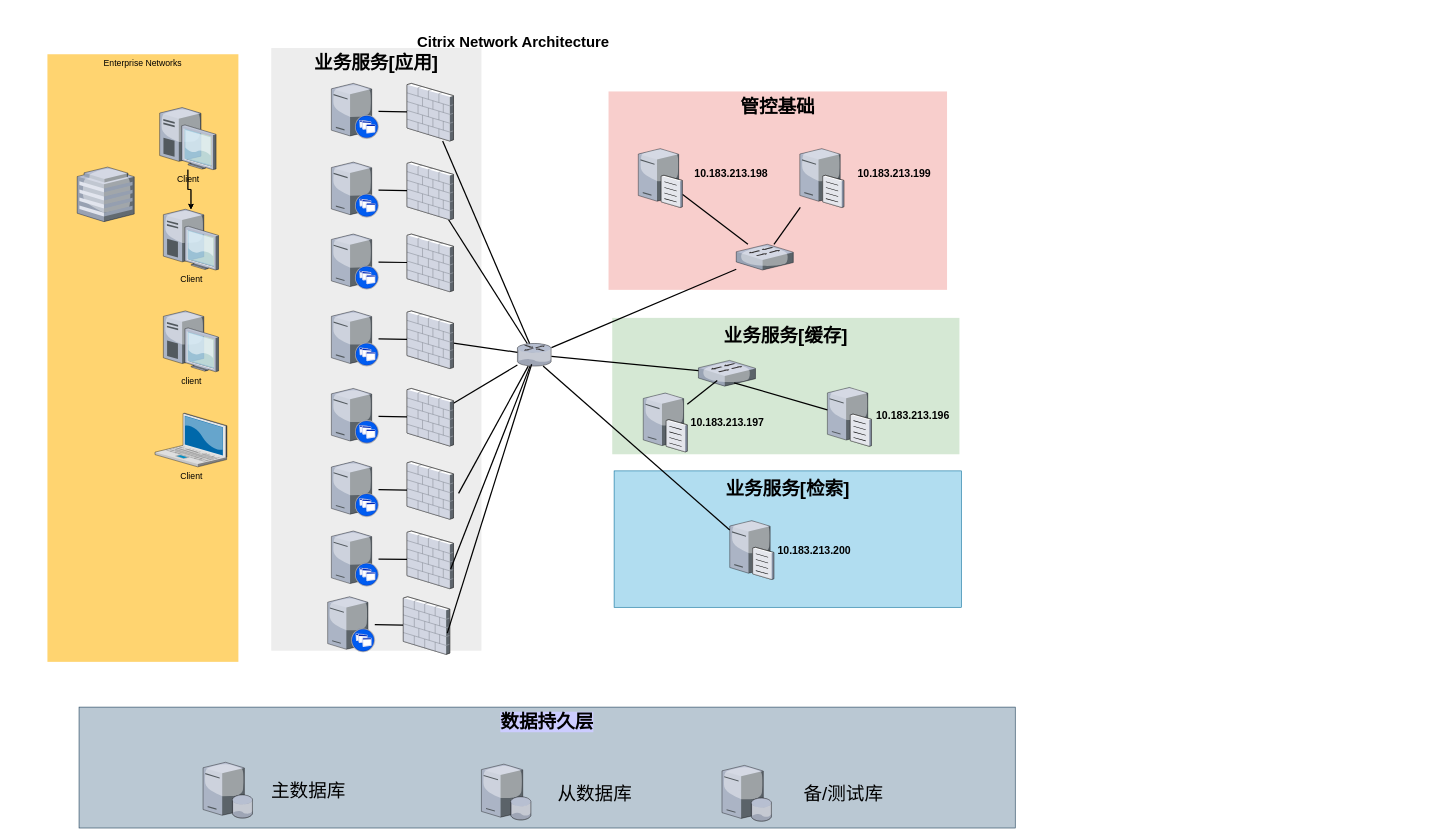
Earlier version of the draw.io diagram 未命名绘图.drawio (MaskJS/draw.io). Source tidied: cells renumbered, new cells numbered last; positions are measured from the earlier drawing's top-left corner, leaving out a move shared by most shapes. Both pictures are drawn from the tidied source at 62%, with x=0, y=0 at pixel (47, 29).
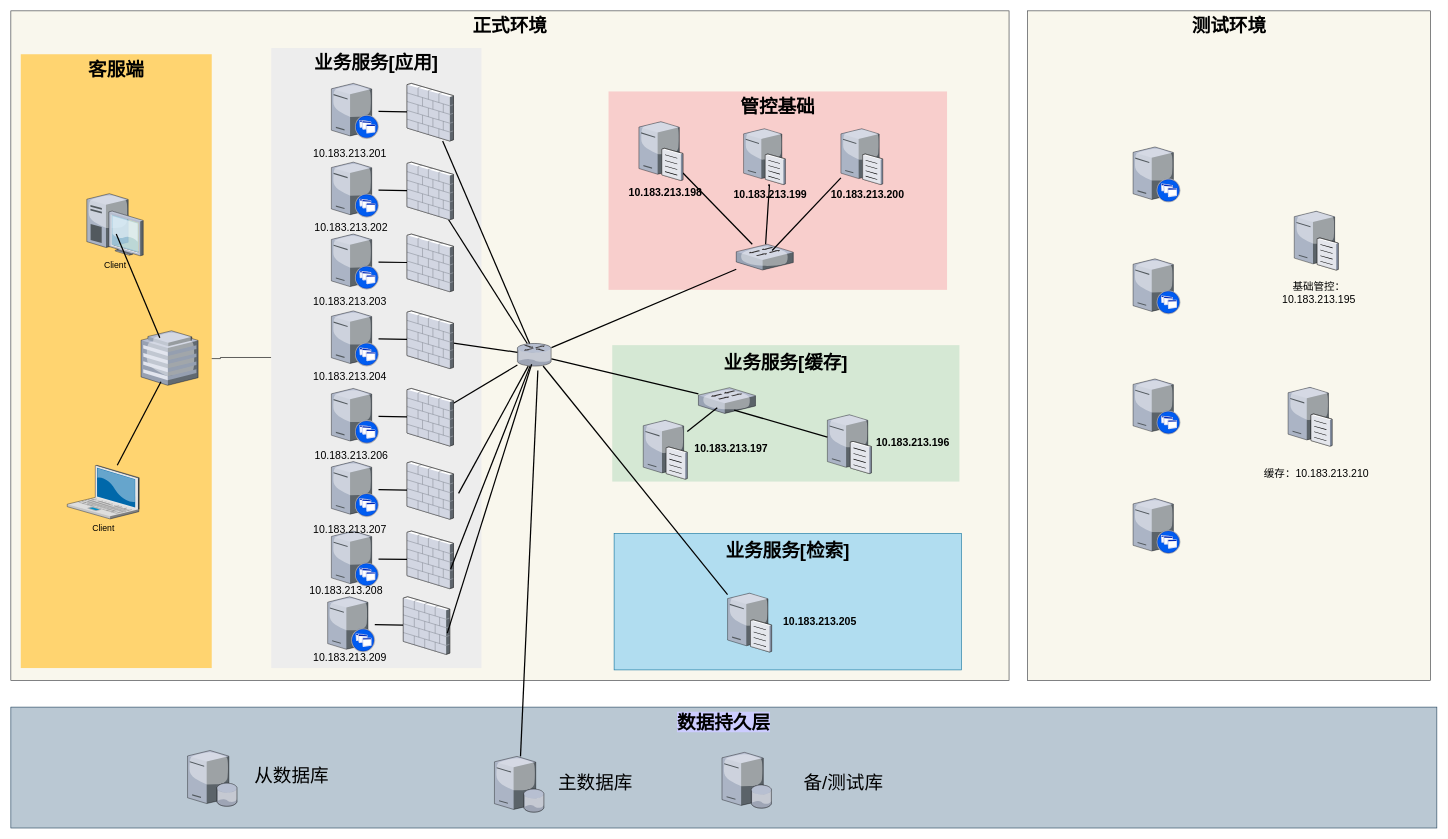
Above is the later version.

Unchanged cells that the change refers to:
```xml
<mxCell id="38" style="verticalLabelPosition=bottom;html=1;verticalAlign=top;strokeColor=none;shape=mxgraph.citrix.switch;fillColor=#66B2FF;gradientColor=#0066CC;fontSize=14;" parent="1" vertex="1">
  <mxGeometry x="1111" y="346.5" width="92" height="41.5" as="geometry" />
</mxCell>
```

Change to the diagram source:
```diff
@@
+    <mxCell id="74" value="&lt;div style=&quot;text-align: left;&quot;&gt;&lt;font face=&quot;宋体&quot;&gt;&lt;span style=&quot;font-size: 30px;&quot;&gt;&lt;b&gt;正式环境&lt;/b&gt;&lt;/span&gt;&lt;/font&gt;&lt;/div&gt;" style="whiteSpace=wrap;html=1;fontSize=14;verticalAlign=top;fillColor=#f9f7ed;strokeColor=#36393d;" parent="1" vertex="1">
+      <mxGeometry x="-59" y="-30" width="1610" height="1080" as="geometry" />
+    </mxCell>
@@
     <mxCell id="3" value="&lt;p style=&quot;text-indent: 0pt; text-align: left; vertical-align: middle; line-height: 12pt;&quot; class=&quot;MsoNormal&quot;&gt;&lt;b style=&quot;font-size: 30px;&quot;&gt;&lt;font style=&quot;font-size: 30px;&quot;&gt;&lt;span style=&quot;font-family: 宋体;&quot;&gt;业务服务[&lt;/span&gt;&lt;/font&gt;&lt;/b&gt;&lt;b style=&quot;font-family: 宋体; background-color: initial; text-align: center;&quot;&gt;&lt;span style=&quot;font-size: 30px;&quot;&gt;缓存]&lt;/span&gt;&lt;/b&gt;&lt;/p&gt;" style="whiteSpace=wrap;html=1;fillColor=#d5e8d4;fontSize=14;strokeColor=none;verticalAlign=top;" parent="1" vertex="1">
-      <mxGeometry x="911" y="465.2" width="560" height="220" as="geometry" />
+      <mxGeometry x="911" y="509.2" width="560" height="220" as="geometry" />
     </mxCell>
+    <mxCell id="75" style="edgeStyle=orthogonalEdgeStyle;rounded=0;orthogonalLoop=1;jettySize=auto;html=1;fontSize=17;entryX=0.932;entryY=0.681;entryDx=0;entryDy=0;entryPerimeter=0;" parent="1" edge="1">
+      <mxGeometry relative="1" as="geometry">
+        <mxPoint x="361" y="529.1" as="sourcePoint" />
+        <mxPoint x="196.7" y="530.9" as="targetPoint" />
+        <Array as="points">
+          <mxPoint x="279" y="529" />
+          <mxPoint x="279" y="531" />
+        </Array>
+      </mxGeometry>
+    </mxCell>
     <mxCell id="4" value="&lt;b style=&quot;border-color: var(--border-color); text-align: left; font-size: 30px;&quot;&gt;&lt;font style=&quot;border-color: var(--border-color);&quot;&gt;&lt;span style=&quot;border-color: var(--border-color); font-family: 宋体;&quot;&gt;业务服务[应用&lt;/span&gt;&lt;/font&gt;&lt;/b&gt;&lt;b style=&quot;border-color: var(--border-color); background-color: initial; font-family: 宋体;&quot;&gt;&lt;span style=&quot;border-color: var(--border-color); font-size: 30px;&quot;&gt;]&lt;/span&gt;&lt;/b&gt;" style="whiteSpace=wrap;html=1;fillColor=#EDEDED;fontSize=14;strokeColor=none;verticalAlign=top;" parent="1" vertex="1">
-      <mxGeometry x="361" y="30" width="339" height="972" as="geometry" />
+      <mxGeometry x="361" y="30" width="339" height="1000" as="geometry" />
     </mxCell>
-    <mxCell id="5" value="Enterprise Networks" style="whiteSpace=wrap;html=1;fillColor=#FFD470;gradientColor=none;fontSize=14;strokeColor=none;verticalAlign=top;" parent="1" vertex="1">
-      <mxGeometry y="40" width="308" height="980" as="geometry" />
+    <mxCell id="5" value="&lt;div style=&quot;text-align: left;&quot;&gt;&lt;font face=&quot;宋体&quot;&gt;&lt;span style=&quot;font-size: 30px;&quot;&gt;&lt;b&gt;客服端&lt;/b&gt;&lt;/span&gt;&lt;/font&gt;&lt;/div&gt;" style="whiteSpace=wrap;html=1;fillColor=#FFD470;gradientColor=none;fontSize=14;strokeColor=none;verticalAlign=top;" parent="1" vertex="1">
+      <mxGeometry x="-43" y="40" width="308" height="990" as="geometry" />
     </mxCell>
     <mxCell id="6" value="Client" style="verticalLabelPosition=bottom;html=1;verticalAlign=top;strokeColor=none;shape=mxgraph.citrix.laptop_2;fillColor=#66B2FF;gradientColor=#0066CC;fontSize=14;" parent="1" vertex="1">
-      <mxGeometry x="173.5" y="619" width="116" height="86.5" as="geometry" />
+      <mxGeometry x="32" y="703" width="116" height="86.5" as="geometry" />
     </mxCell>
-    <mxCell id="7" value="client" style="verticalLabelPosition=bottom;html=1;verticalAlign=top;strokeColor=none;shape=mxgraph.citrix.desktop;fillColor=#66B2FF;gradientColor=#0066CC;fontSize=14;" parent="1" vertex="1">
-      <mxGeometry x="187" y="454" width="89" height="98" as="geometry" />
-    </mxCell>
-    <mxCell id="8" value="Client" style="verticalLabelPosition=bottom;html=1;verticalAlign=top;strokeColor=none;shape=mxgraph.citrix.desktop;fillColor=#66B2FF;gradientColor=#0066CC;fontSize=14;" parent="1" vertex="1">
-      <mxGeometry x="187" y="290" width="89" height="98" as="geometry" />
-    </mxCell>
-    <mxCell id="9" style="edgeStyle=orthogonalEdgeStyle;rounded=0;jettySize=auto;html=1;" parent="1" edge="1" source="12" target="8">
-      <mxGeometry relative="1" as="geometry" />
-    </mxCell>
-    <mxCell id="10" style="edgeStyle=orthogonalEdgeStyle;rounded=0;jettySize=auto;html=1;" parent="1" edge="1" source="12" target="8">
-      <mxGeometry relative="1" as="geometry" />
-    </mxCell>
-    <mxCell id="11" style="edgeStyle=orthogonalEdgeStyle;rounded=0;jettySize=auto;html=1;" parent="1" edge="1" source="12" target="8">
-      <mxGeometry relative="1" as="geometry" />
-    </mxCell>
     <mxCell id="12" value="Client" style="verticalLabelPosition=bottom;html=1;verticalAlign=top;strokeColor=none;shape=mxgraph.citrix.desktop;fillColor=#66B2FF;gradientColor=#0066CC;fontSize=14;" parent="1" vertex="1">
-      <mxGeometry x="181" y="126" width="91" height="100.2" as="geometry" />
+      <mxGeometry x="63.5" y="264.9" width="91" height="100.2" as="geometry" />
     </mxCell>
@@
     <mxCell id="35" style="verticalLabelPosition=bottom;html=1;verticalAlign=top;strokeColor=none;shape=mxgraph.citrix.hq_enterprise;fillColor=#66B2FF;gradientColor=#0066CC;fontSize=14;" parent="1" vertex="1">
-      <mxGeometry x="48" y="222" width="92" height="88" as="geometry" />
+      <mxGeometry x="151" y="486" width="92" height="88" as="geometry" />
     </mxCell>
@@
-    <mxCell id="37" style="edgeStyle=none;rounded=0;html=1;startSize=10;endSize=10;jettySize=auto;fontSize=14;endArrow=none;endFill=0;strokeWidth=2;" parent="1" edge="1" source="38" target="41">
+    <mxCell id="37" style="edgeStyle=none;rounded=0;html=1;startSize=10;endSize=10;jettySize=auto;fontSize=14;endArrow=none;endFill=0;strokeWidth=2;startArrow=none;" parent="1" edge="1" source="43" target="41">
       <mxGeometry relative="1" as="geometry" />
     </mxCell>
@@
-    <mxCell id="39" value="Citrix Network Architecture" style="text;strokeColor=none;fillColor=none;html=1;fontSize=24;fontStyle=1;verticalAlign=middle;align=center;" parent="1" vertex="1">
-      <mxGeometry x="320" width="861" height="40" as="geometry" />
-    </mxCell>
     <mxCell id="40" style="verticalLabelPosition=bottom;sketch=0;html=1;verticalAlign=top;align=center;outlineConnect=0;shape=mxgraph.citrix.file_server;labelBackgroundColor=none;" parent="1" vertex="1">
-      <mxGeometry x="953" y="190" width="71" height="97" as="geometry" />
+      <mxGeometry x="954" y="146.5" width="71" height="97" as="geometry" />
     </mxCell>
     <mxCell id="41" style="verticalLabelPosition=bottom;sketch=0;html=1;verticalAlign=top;strokeColor=none;align=center;outlineConnect=0;shape=mxgraph.citrix.file_server;" parent="1" vertex="1">
-      <mxGeometry x="1213.5" y="190" width="71" height="97" as="geometry" />
+      <mxGeometry x="1122.8" y="158" width="67.3" height="92" as="geometry" />
     </mxCell>
     <mxCell id="42" value="10.183.213.198" style="text;strokeColor=none;align=center;fillColor=none;html=1;verticalAlign=middle;whiteSpace=wrap;rounded=0;labelBackgroundColor=none;fontSize=17;fontStyle=1;" parent="1" vertex="1">
-      <mxGeometry x="1038" y="219" width="130" height="30" as="geometry" />
+      <mxGeometry x="931.5" y="248.5" width="130" height="30" as="geometry" />
     </mxCell>
-    <mxCell id="43" value="10.183.213.199" style="text;strokeColor=none;align=center;fillColor=none;html=1;verticalAlign=middle;whiteSpace=wrap;rounded=0;labelBackgroundColor=none;fontSize=17;fontStyle=1;" parent="1" vertex="1">
-      <mxGeometry x="1301" y="219" width="130" height="30" as="geometry" />
-    </mxCell>
     <mxCell id="44" value="&lt;b&gt;&lt;font style=&quot;font-size: 30px; background-color: rgb(204, 204, 255);&quot;&gt;数据持久层&lt;/font&gt;&lt;/b&gt;" style="whiteSpace=wrap;html=1;fontSize=14;verticalAlign=top;fillColor=#bac8d3;strokeColor=#23445d;" parent="1" vertex="1">
-      <mxGeometry x="51" y="1093" width="1510" height="195" as="geometry" />
+      <mxGeometry x="-59" y="1093" width="2300" height="195" as="geometry" />
     </mxCell>
     <mxCell id="45" style="verticalLabelPosition=bottom;sketch=0;html=1;verticalAlign=top;strokeColor=none;align=center;outlineConnect=0;shape=mxgraph.citrix.database_server;labelBackgroundColor=none;fontSize=30;" parent="1" vertex="1">
-      <mxGeometry x="251" y="1182" width="80" height="90" as="geometry" />
+      <mxGeometry x="721" y="1172.5" width="80" height="90" as="geometry" />
     </mxCell>
     <mxCell id="46" style="verticalLabelPosition=bottom;sketch=0;html=1;verticalAlign=top;strokeColor=none;align=center;shape=mxgraph.citrix.database_server;labelBackgroundColor=none;fontSize=30;" parent="1" vertex="1">
-      <mxGeometry x="1088" y="1187" width="80" height="90" as="geometry" />
+      <mxGeometry x="1088" y="1166" width="80" height="90" as="geometry" />
     </mxCell>
     <mxCell id="47" style="verticalLabelPosition=bottom;sketch=0;html=1;verticalAlign=top;strokeColor=none;align=center;shape=mxgraph.citrix.database_server;labelBackgroundColor=none;fontSize=30;" parent="1" vertex="1">
-      <mxGeometry x="700" y="1185" width="80" height="90" as="geometry" />
+      <mxGeometry x="226" y="1163" width="80" height="90" as="geometry" />
     </mxCell>
     <mxCell id="48" value="主数据库" style="text;strokeColor=none;align=center;fillColor=none;html=1;verticalAlign=middle;whiteSpace=wrap;rounded=0;labelBackgroundColor=none;fontSize=30;" parent="1" vertex="1">
-      <mxGeometry x="351" y="1212" width="140" height="30" as="geometry" />
+      <mxGeometry x="814" y="1198.5" width="140" height="30" as="geometry" />
     </mxCell>
     <mxCell id="49" value="从数据库" style="text;strokeColor=none;align=center;fillColor=none;html=1;verticalAlign=middle;whiteSpace=wrap;rounded=0;labelBackgroundColor=none;fontSize=30;" parent="1" vertex="1">
-      <mxGeometry x="813" y="1217" width="140" height="30" as="geometry" />
+      <mxGeometry x="324" y="1189" width="140" height="30" as="geometry" />
     </mxCell>
     <mxCell id="50" value="备/测试库" style="text;strokeColor=none;align=center;fillColor=none;html=1;verticalAlign=middle;whiteSpace=wrap;rounded=0;labelBackgroundColor=none;fontSize=30;" parent="1" vertex="1">
-      <mxGeometry x="1213.5" y="1217" width="140" height="30" as="geometry" />
+      <mxGeometry x="1213.5" y="1199" width="140" height="30" as="geometry" />
     </mxCell>
     <mxCell id="51" style="verticalLabelPosition=bottom;sketch=0;html=1;verticalAlign=top;align=center;outlineConnect=0;shape=mxgraph.citrix.file_server;labelBackgroundColor=none;" parent="1" vertex="1">
-      <mxGeometry x="1258" y="575.2" width="71" height="97" as="geometry" />
+      <mxGeometry x="1258" y="619.2" width="71" height="97" as="geometry" />
     </mxCell>
     <mxCell id="52" value="10.183.213.196" style="text;strokeColor=none;align=center;fillColor=none;html=1;verticalAlign=middle;whiteSpace=wrap;rounded=0;labelBackgroundColor=none;fontSize=17;fontStyle=1;" parent="1" vertex="1">
-      <mxGeometry x="1331" y="608.8" width="130" height="30" as="geometry" />
+      <mxGeometry x="1331" y="652.8" width="130" height="30" as="geometry" />
     </mxCell>
     <mxCell id="53" style="verticalLabelPosition=bottom;sketch=0;html=1;verticalAlign=top;align=center;outlineConnect=0;shape=mxgraph.citrix.file_server;labelBackgroundColor=none;" parent="1" vertex="1">
-      <mxGeometry x="961" y="584.2" width="71" height="97" as="geometry" />
+      <mxGeometry x="961" y="628.2" width="71" height="97" as="geometry" />
     </mxCell>
     <mxCell id="54" value="10.183.213.197" style="text;strokeColor=none;align=center;fillColor=none;html=1;verticalAlign=middle;whiteSpace=wrap;rounded=0;labelBackgroundColor=none;fontSize=17;fontStyle=1;" parent="1" vertex="1">
-      <mxGeometry x="1032" y="619.8" width="130" height="30" as="geometry" />
+      <mxGeometry x="1038" y="661.8" width="130" height="30" as="geometry" />
     </mxCell>
     <mxCell id="55" style="verticalLabelPosition=bottom;html=1;verticalAlign=top;strokeColor=none;shape=mxgraph.citrix.switch;fillColor=#66B2FF;gradientColor=#0066CC;fontSize=14;" parent="1" vertex="1">
-      <mxGeometry x="1050" y="533.8" width="92" height="41.5" as="geometry" />
+      <mxGeometry x="1050" y="577.8" width="92" height="41.5" as="geometry" />
     </mxCell>
@@
     <mxCell id="59" value="&lt;p style=&quot;text-indent: 0pt; text-align: left; vertical-align: middle; line-height: 12pt;&quot; class=&quot;MsoNormal&quot;&gt;&lt;b style=&quot;font-size: 30px;&quot;&gt;&lt;font style=&quot;font-size: 30px;&quot;&gt;&lt;span style=&quot;font-family: 宋体;&quot;&gt;业务服务[检索&lt;/span&gt;&lt;/font&gt;&lt;/b&gt;&lt;b style=&quot;font-family: 宋体; background-color: initial; text-align: center;&quot;&gt;&lt;span style=&quot;font-size: 30px;&quot;&gt;]&lt;/span&gt;&lt;/b&gt;&lt;/p&gt;" style="whiteSpace=wrap;html=1;fillColor=#b1ddf0;fontSize=14;strokeColor=#10739e;verticalAlign=top;" parent="1" vertex="1">
-      <mxGeometry x="914" y="712" width="560" height="220" as="geometry" />
+      <mxGeometry x="914" y="813" width="560" height="220" as="geometry" />
     </mxCell>
     <mxCell id="60" style="verticalLabelPosition=bottom;sketch=0;html=1;verticalAlign=top;align=center;outlineConnect=0;shape=mxgraph.citrix.file_server;labelBackgroundColor=none;" parent="1" vertex="1">
-      <mxGeometry x="1100.5" y="790" width="71" height="97" as="geometry" />
+      <mxGeometry x="1097" y="907" width="71" height="97" as="geometry" />
     </mxCell>
-    <mxCell id="61" value="10.183.213.200" style="text;strokeColor=none;align=center;fillColor=none;html=1;verticalAlign=middle;whiteSpace=wrap;rounded=0;labelBackgroundColor=none;fontSize=17;fontStyle=1;" parent="1" vertex="1">
-      <mxGeometry x="1171.5" y="825.5" width="130" height="30" as="geometry" />
+    <mxCell id="61" value="10.183.213.205" style="text;strokeColor=none;align=center;fillColor=none;html=1;verticalAlign=middle;whiteSpace=wrap;rounded=0;labelBackgroundColor=none;fontSize=17;fontStyle=1;" parent="1" vertex="1">
+      <mxGeometry x="1181" y="940.5" width="130" height="30" as="geometry" />
     </mxCell>
@@
+    <mxCell id="76" value="&lt;font style=&quot;font-size: 17px;&quot;&gt;10.183.213.201&lt;/font&gt;" style="text;align=center;html=1;verticalAlign=middle;whiteSpace=wrap;rounded=0;labelBackgroundColor=none;fontSize=30;" parent="1" vertex="1">
+      <mxGeometry x="458" y="180" width="60" height="30" as="geometry" />
+    </mxCell>
+    <mxCell id="77" value="&lt;font style=&quot;font-size: 17px;&quot;&gt;10.183.213.202&lt;/font&gt;" style="text;align=center;html=1;verticalAlign=middle;whiteSpace=wrap;rounded=0;labelBackgroundColor=none;fontSize=30;" parent="1" vertex="1">
+      <mxGeometry x="460" y="300" width="60" height="30" as="geometry" />
+    </mxCell>
+    <mxCell id="78" value="&lt;font style=&quot;font-size: 17px;&quot;&gt;10.183.213.203&lt;/font&gt;" style="text;align=center;html=1;verticalAlign=middle;whiteSpace=wrap;rounded=0;labelBackgroundColor=none;fontSize=30;" parent="1" vertex="1">
+      <mxGeometry x="458" y="419" width="60" height="30" as="geometry" />
+    </mxCell>
+    <mxCell id="79" value="&lt;font style=&quot;font-size: 17px;&quot;&gt;10.183.213.204&lt;/font&gt;" style="text;align=center;html=1;verticalAlign=middle;whiteSpace=wrap;rounded=0;labelBackgroundColor=none;fontSize=30;" parent="1" vertex="1">
+      <mxGeometry x="458" y="539.5" width="60" height="30" as="geometry" />
+    </mxCell>
+    <mxCell id="80" value="&lt;font style=&quot;font-size: 17px;&quot;&gt;10.183.213.206&lt;/font&gt;" style="text;align=center;html=1;verticalAlign=middle;whiteSpace=wrap;rounded=0;labelBackgroundColor=none;fontSize=30;" parent="1" vertex="1">
+      <mxGeometry x="460" y="667" width="61" height="30" as="geometry" />
+    </mxCell>
+    <mxCell id="81" value="&lt;font style=&quot;font-size: 17px;&quot;&gt;10.183.213.207&lt;/font&gt;" style="text;align=center;html=1;verticalAlign=middle;whiteSpace=wrap;rounded=0;labelBackgroundColor=none;fontSize=30;" parent="1" vertex="1">
+      <mxGeometry x="458" y="786" width="60" height="30" as="geometry" />
+    </mxCell>
+    <mxCell id="82" value="&lt;font style=&quot;font-size: 17px;&quot;&gt;10.183.213.208&lt;/font&gt;" style="text;align=center;html=1;verticalAlign=middle;whiteSpace=wrap;rounded=0;labelBackgroundColor=none;fontSize=30;" parent="1" vertex="1">
+      <mxGeometry x="452" y="885" width="60" height="30" as="geometry" />
+    </mxCell>
+    <mxCell id="83" value="&lt;font style=&quot;font-size: 17px;&quot;&gt;10.183.213.209&lt;/font&gt;" style="text;align=center;html=1;verticalAlign=middle;whiteSpace=wrap;rounded=0;labelBackgroundColor=none;fontSize=30;" parent="1" vertex="1">
+      <mxGeometry x="458" y="993" width="60" height="30" as="geometry" />
+    </mxCell>
+    <mxCell id="84" value="&lt;div style=&quot;text-align: left;&quot;&gt;&lt;font face=&quot;宋体&quot;&gt;&lt;span style=&quot;font-size: 30px;&quot;&gt;&lt;b&gt;测试环境&lt;/b&gt;&lt;/span&gt;&lt;/font&gt;&lt;/div&gt;" style="whiteSpace=wrap;html=1;fontSize=14;verticalAlign=top;fillColor=#f9f7ed;strokeColor=#36393d;" parent="1" vertex="1">
+      <mxGeometry x="1581" y="-30" width="650" height="1080" as="geometry" />
+    </mxCell>
+    <mxCell id="85" style="edgeStyle=none;rounded=0;html=1;startSize=10;endSize=10;jettySize=auto;fontSize=14;endArrow=none;endFill=0;strokeWidth=2;exitX=0.754;exitY=0.995;exitDx=0;exitDy=0;exitPerimeter=0;entryX=0.329;entryY=0.129;entryDx=0;entryDy=0;entryPerimeter=0;" parent="1" edge="1" target="35">
+      <mxGeometry relative="1" as="geometry">
+        <mxPoint x="111" y="330" as="sourcePoint" />
+      </mxGeometry>
+    </mxCell>
+    <mxCell id="86" style="edgeStyle=none;rounded=0;html=1;startSize=10;endSize=10;jettySize=auto;fontSize=14;endArrow=none;endFill=0;strokeWidth=2;entryX=0.349;entryY=0.935;entryDx=0;entryDy=0;entryPerimeter=0;" parent="1" edge="1" source="6" target="35">
+      <mxGeometry relative="1" as="geometry" />
+    </mxCell>
+    <mxCell id="87" style="edgeStyle=none;rounded=0;html=1;startSize=10;endSize=10;jettySize=auto;fontSize=14;endArrow=none;endFill=0;strokeWidth=2;" parent="1" edge="1" source="45">
+      <mxGeometry relative="1" as="geometry">
+        <mxPoint x="791" y="550" as="targetPoint" />
+      </mxGeometry>
+    </mxCell>
+    <mxCell id="88" style="verticalLabelPosition=bottom;sketch=0;html=1;verticalAlign=top;align=center;shape=mxgraph.citrix.file_server;labelBackgroundColor=none;" parent="1" vertex="1">
+      <mxGeometry x="2001" y="575" width="71" height="97" as="geometry" />
+    </mxCell>
+    <mxCell id="89" style="verticalLabelPosition=bottom;sketch=0;html=1;verticalAlign=top;align=center;shape=mxgraph.citrix.file_server;labelBackgroundColor=none;" parent="1" vertex="1">
+      <mxGeometry x="2011" y="291" width="71" height="97" as="geometry" />
+    </mxCell>
+    <mxCell id="90" style="verticalLabelPosition=bottom;html=1;verticalAlign=top;strokeColor=none;shape=mxgraph.citrix.xenapp_server;fillColor=#66B2FF;gradientColor=#0066CC;fontSize=14;" parent="1" vertex="1">
+      <mxGeometry x="1751" y="189.5" width="76" height="89" as="geometry" />
+    </mxCell>
+    <mxCell id="91" style="verticalLabelPosition=bottom;html=1;verticalAlign=top;strokeColor=none;shape=mxgraph.citrix.xenapp_server;fillColor=#66B2FF;gradientColor=#0066CC;fontSize=14;" parent="1" vertex="1">
+      <mxGeometry x="1751" y="370" width="76" height="89" as="geometry" />
+    </mxCell>
+    <mxCell id="92" style="verticalLabelPosition=bottom;html=1;verticalAlign=top;strokeColor=none;shape=mxgraph.citrix.xenapp_server;fillColor=#66B2FF;gradientColor=#0066CC;fontSize=14;" parent="1" vertex="1">
+      <mxGeometry x="1751" y="563.8" width="76" height="89" as="geometry" />
+    </mxCell>
+    <mxCell id="93" value="基础管控：10.183.213.195" style="text;strokeColor=none;align=center;fillColor=none;html=1;verticalAlign=middle;whiteSpace=wrap;rounded=0;labelBackgroundColor=none;fontSize=17;" parent="1" vertex="1">
+      <mxGeometry x="1951" y="410" width="200" height="30" as="geometry" />
+    </mxCell>
+    <mxCell id="94" value="缓存：10.183.213.210" style="text;strokeColor=none;align=center;fillColor=none;html=1;verticalAlign=middle;whiteSpace=wrap;rounded=0;labelBackgroundColor=none;fontSize=17;" parent="1" vertex="1">
+      <mxGeometry x="1946.5" y="703" width="200" height="30" as="geometry" />
+    </mxCell>
+    <mxCell id="95" style="verticalLabelPosition=bottom;html=1;verticalAlign=top;strokeColor=none;shape=mxgraph.citrix.xenapp_server;fillColor=#66B2FF;gradientColor=#0066CC;fontSize=14;" parent="1" vertex="1">
+      <mxGeometry x="1751" y="756.5" width="76" height="89" as="geometry" />
+    </mxCell>
+    <mxCell id="43" value="10.183.213.199" style="text;strokeColor=none;align=center;fillColor=none;html=1;verticalAlign=middle;whiteSpace=wrap;rounded=0;labelBackgroundColor=none;fontSize=17;fontStyle=1;" parent="1" vertex="1">
+      <mxGeometry x="1101" y="252.5" width="130" height="30" as="geometry" />
+    </mxCell>
+    <mxCell id="96" style="edgeStyle=none;rounded=0;html=1;startSize=10;endSize=10;jettySize=auto;fontSize=14;endArrow=none;endFill=0;strokeWidth=2;entryX=0.621;entryY=1;entryDx=0;entryDy=0;entryPerimeter=0;" parent="1" edge="1" source="38" target="41">
+      <mxGeometry relative="1" as="geometry" />
+    </mxCell>
+    <mxCell id="97" style="verticalLabelPosition=bottom;sketch=0;html=1;verticalAlign=top;strokeColor=none;align=center;outlineConnect=0;shape=mxgraph.citrix.file_server;" parent="1" vertex="1">
+      <mxGeometry x="1279.8" y="158" width="67.3" height="92" as="geometry" />
+    </mxCell>
+    <mxCell id="98" value="10.183.213.200" style="text;strokeColor=none;align=center;fillColor=none;html=1;verticalAlign=middle;whiteSpace=wrap;rounded=0;labelBackgroundColor=none;fontSize=17;fontStyle=1;" parent="1" vertex="1">
+      <mxGeometry x="1258" y="252.5" width="130" height="30" as="geometry" />
+    </mxCell>
+    <mxCell id="99" style="edgeStyle=none;rounded=0;html=1;startSize=10;endSize=10;jettySize=auto;fontSize=14;endArrow=none;endFill=0;strokeWidth=2;" parent="1" edge="1" target="97">
+      <mxGeometry relative="1" as="geometry">
+        <mxPoint x="1168.9" y="356.5" as="sourcePoint" />
+      </mxGeometry>
+    </mxCell>
```
